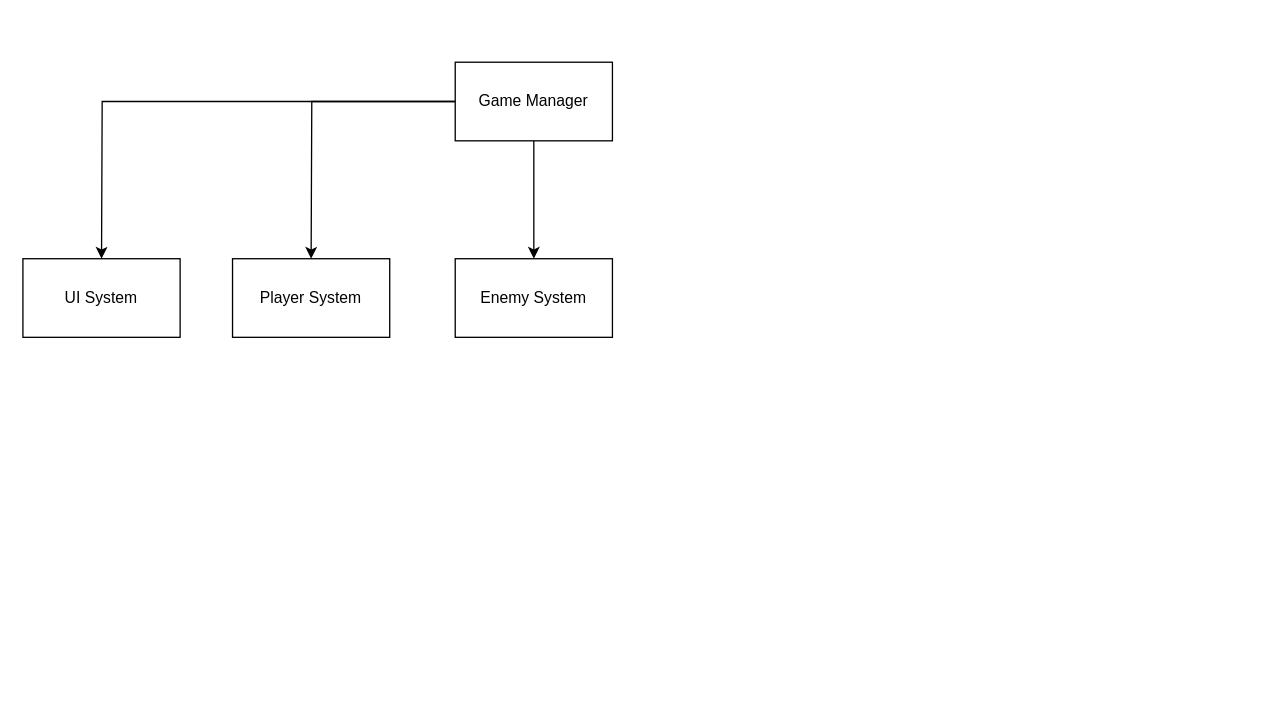
Above: DeadWake : Drift.drawio in SohamPatkar/C-Projects (draw.io), before the change. Source tidied: cells renumbered, new cells numbered last; positions are measured from the earlier drawing's top-left corner, leaving out a move shared by most shapes. Both pictures are drawn from the tidied source at 131%, with x=0, y=0 at pixel (22, 62).
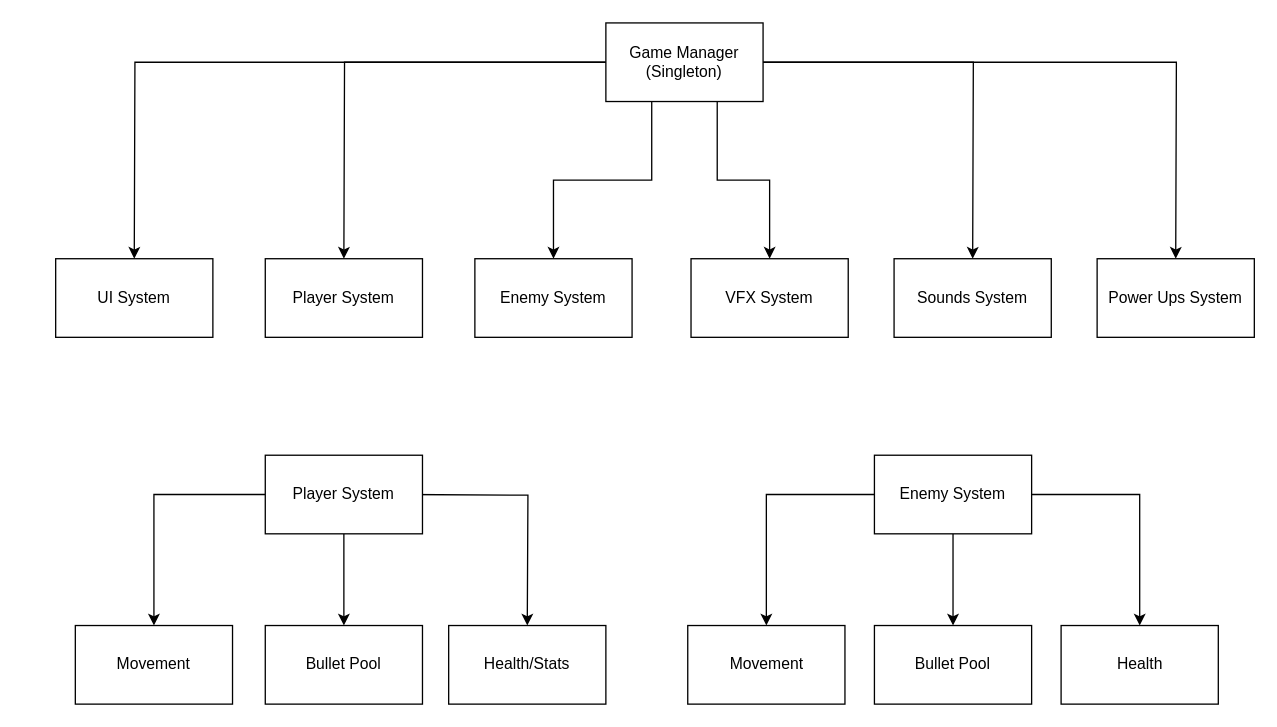
Above is the later version.

Diff of the diagram source:
```diff
@@
     <mxCell id="2" style="edgeStyle=orthogonalEdgeStyle;rounded=0;jettySize=auto;html=1;" parent="1" edge="1" source="5">
       <mxGeometry relative="1" as="geometry">
-        <mxPoint x="60" y="150" as="targetPoint" />
+        <mxPoint x="85" y="150" as="targetPoint" />
       </mxGeometry>
     </mxCell>
     <mxCell id="3" style="edgeStyle=orthogonalEdgeStyle;rounded=0;jettySize=auto;html=1;" parent="1" edge="1" source="5">
       <mxGeometry relative="1" as="geometry">
-        <mxPoint x="220" y="150" as="targetPoint" />
+        <mxPoint x="245" y="150" as="targetPoint" />
       </mxGeometry>
     </mxCell>
-    <mxCell id="4" style="edgeStyle=orthogonalEdgeStyle;rounded=0;jettySize=auto;html=1;" parent="1" edge="1" source="5">
+    <mxCell id="4" style="edgeStyle=orthogonalEdgeStyle;rounded=0;jettySize=auto;html=1;entryX=0.5;entryY=0;entryDx=0;entryDy=0;" parent="1" edge="1" source="5" target="8">
       <mxGeometry relative="1" as="geometry">
-        <mxPoint x="390" y="150" as="targetPoint" />
+        <Array as="points">
+          <mxPoint x="480" y="90" />
+          <mxPoint x="405" y="90" />
+        </Array>
       </mxGeometry>
     </mxCell>
+    <mxCell id="9" style="edgeStyle=orthogonalEdgeStyle;rounded=0;jettySize=auto;html=1;entryX=0.5;entryY=0;entryDx=0;entryDy=0;" parent="1" edge="1" source="5" target="12">
+      <mxGeometry relative="1" as="geometry">
+        <Array as="points">
+          <mxPoint x="530" y="90" />
+          <mxPoint x="570" y="90" />
+        </Array>
+      </mxGeometry>
+    </mxCell>
+    <mxCell id="10" style="edgeStyle=orthogonalEdgeStyle;rounded=0;jettySize=auto;html=1;" parent="1" edge="1" source="5">
+      <mxGeometry relative="1" as="geometry">
+        <mxPoint x="725" y="150" as="targetPoint" />
+      </mxGeometry>
+    </mxCell>
+    <mxCell id="11" style="edgeStyle=orthogonalEdgeStyle;rounded=0;jettySize=auto;html=1;" parent="1" edge="1" source="5">
+      <mxGeometry relative="1" as="geometry">
+        <mxPoint x="880" y="150" as="targetPoint" />
+      </mxGeometry>
+    </mxCell>
-    <mxCell id="5" value="Game Manager" style="rounded=0;whiteSpace=wrap;html=1;" parent="1" vertex="1">
-      <mxGeometry x="330" width="120" height="60" as="geometry" />
+    <mxCell id="5" value="Game Manager&lt;div&gt;(Singleton)&lt;/div&gt;" style="rounded=0;whiteSpace=wrap;html=1;" parent="1" vertex="1">
+      <mxGeometry x="445" y="-30" width="120" height="60" as="geometry" />
     </mxCell>
     <mxCell id="6" value="UI System" style="rounded=0;whiteSpace=wrap;html=1;" parent="1" vertex="1">
-      <mxGeometry y="150" width="120" height="60" as="geometry" />
+      <mxGeometry x="25" y="150" width="120" height="60" as="geometry" />
     </mxCell>
     <mxCell id="7" value="Player System" style="rounded=0;whiteSpace=wrap;html=1;" parent="1" vertex="1">
-      <mxGeometry x="160" y="150" width="120" height="60" as="geometry" />
+      <mxGeometry x="185" y="150" width="120" height="60" as="geometry" />
     </mxCell>
     <mxCell id="8" value="Enemy System" style="rounded=0;whiteSpace=wrap;html=1;" parent="1" vertex="1">
-      <mxGeometry x="330" y="150" width="120" height="60" as="geometry" />
+      <mxGeometry x="345" y="150" width="120" height="60" as="geometry" />
     </mxCell>
+    <mxCell id="12" value="VFX System" style="rounded=0;whiteSpace=wrap;html=1;" parent="1" vertex="1">
+      <mxGeometry x="510" y="150" width="120" height="60" as="geometry" />
+    </mxCell>
+    <mxCell id="13" value="Sounds System" style="rounded=0;whiteSpace=wrap;html=1;" parent="1" vertex="1">
+      <mxGeometry x="665" y="150" width="120" height="60" as="geometry" />
+    </mxCell>
+    <mxCell id="14" value="Movement" style="rounded=0;whiteSpace=wrap;html=1;" parent="1" vertex="1">
+      <mxGeometry x="40" y="430" width="120" height="60" as="geometry" />
+    </mxCell>
+    <mxCell id="15" style="edgeStyle=orthogonalEdgeStyle;rounded=0;jettySize=auto;html=1;entryX=0.5;entryY=0;entryDx=0;entryDy=0;" parent="1" edge="1" source="18" target="14">
+      <mxGeometry relative="1" as="geometry" />
+    </mxCell>
+    <mxCell id="16" style="edgeStyle=orthogonalEdgeStyle;rounded=0;jettySize=auto;html=1;entryX=0.5;entryY=0;entryDx=0;entryDy=0;" parent="1" edge="1" source="18" target="19">
+      <mxGeometry relative="1" as="geometry" />
+    </mxCell>
+    <mxCell id="17" style="edgeStyle=orthogonalEdgeStyle;rounded=0;orthogonalLoop=1;jettySize=auto;html=1;" parent="1" edge="1">
+      <mxGeometry relative="1" as="geometry">
+        <mxPoint x="290" y="330" as="sourcePoint" />
+        <mxPoint x="385" y="430" as="targetPoint" />
+      </mxGeometry>
+    </mxCell>
+    <mxCell id="18" value="Player System" style="rounded=0;whiteSpace=wrap;html=1;" parent="1" vertex="1">
+      <mxGeometry x="185" y="300" width="120" height="60" as="geometry" />
+    </mxCell>
+    <mxCell id="19" value="Bullet Pool" style="rounded=0;whiteSpace=wrap;html=1;" parent="1" vertex="1">
+      <mxGeometry x="185" y="430" width="120" height="60" as="geometry" />
+    </mxCell>
+    <mxCell id="20" value="Health/Stats" style="rounded=0;whiteSpace=wrap;html=1;" parent="1" vertex="1">
+      <mxGeometry x="325" y="430" width="120" height="60" as="geometry" />
+    </mxCell>
+    <mxCell id="21" value="Power Ups System" style="rounded=0;whiteSpace=wrap;html=1;" parent="1" vertex="1">
+      <mxGeometry x="820" y="150" width="120" height="60" as="geometry" />
+    </mxCell>
+    <mxCell id="22" style="edgeStyle=orthogonalEdgeStyle;rounded=0;jettySize=auto;html=1;entryX=0.5;entryY=0;entryDx=0;entryDy=0;" parent="1" edge="1" source="25" target="26">
+      <mxGeometry relative="1" as="geometry" />
+    </mxCell>
+    <mxCell id="23" style="edgeStyle=orthogonalEdgeStyle;rounded=0;jettySize=auto;html=1;entryX=0.5;entryY=0;entryDx=0;entryDy=0;" parent="1" edge="1" source="25" target="27">
+      <mxGeometry relative="1" as="geometry" />
+    </mxCell>
+    <mxCell id="24" style="edgeStyle=orthogonalEdgeStyle;rounded=0;jettySize=auto;html=1;entryX=0.5;entryY=0;entryDx=0;entryDy=0;" parent="1" edge="1" source="25" target="28">
+      <mxGeometry relative="1" as="geometry" />
+    </mxCell>
+    <mxCell id="25" value="Enemy System" style="rounded=0;whiteSpace=wrap;html=1;" parent="1" vertex="1">
+      <mxGeometry x="650" y="300" width="120" height="60" as="geometry" />
+    </mxCell>
+    <mxCell id="26" value="Movement" style="rounded=0;whiteSpace=wrap;html=1;" parent="1" vertex="1">
+      <mxGeometry x="507.5" y="430" width="120" height="60" as="geometry" />
+    </mxCell>
+    <mxCell id="27" value="Bullet Pool" style="rounded=0;whiteSpace=wrap;html=1;" parent="1" vertex="1">
+      <mxGeometry x="650" y="430" width="120" height="60" as="geometry" />
+    </mxCell>
+    <mxCell id="28" value="Health" style="rounded=0;whiteSpace=wrap;html=1;" parent="1" vertex="1">
+      <mxGeometry x="792.5" y="430" width="120" height="60" as="geometry" />
+    </mxCell>
```
